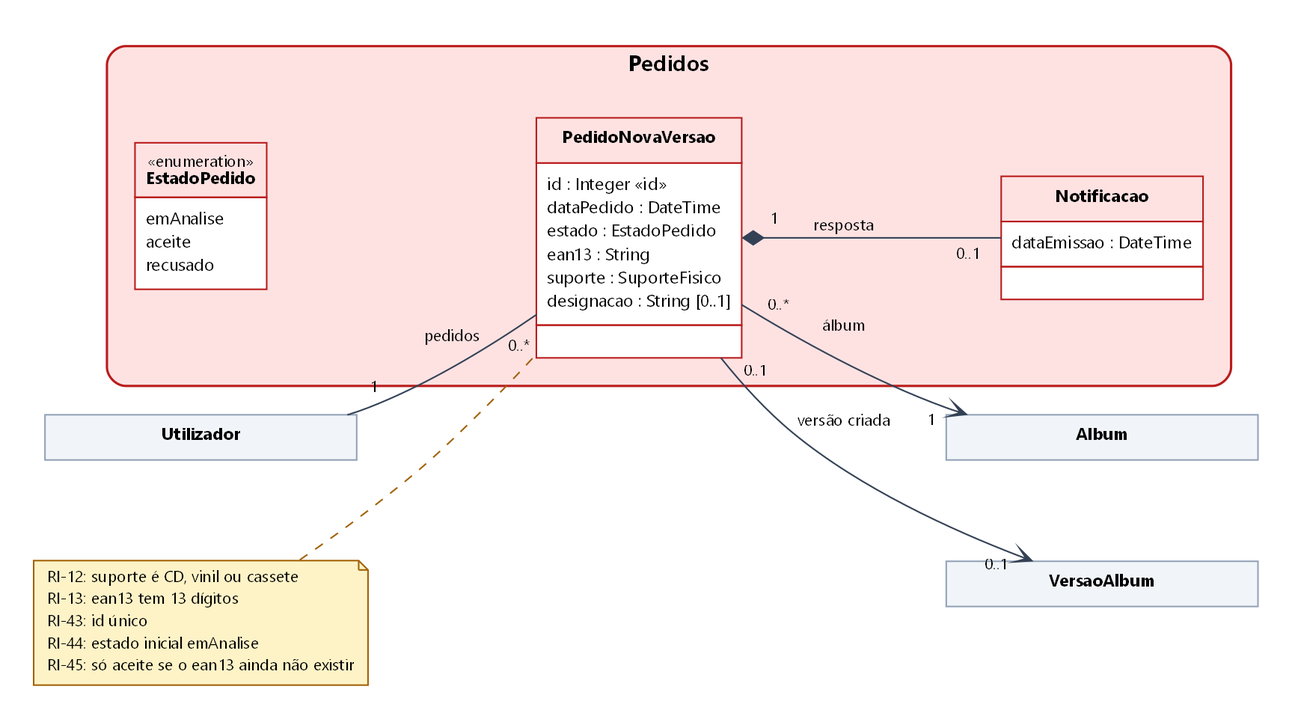
This is etapa1/classes/img/06-pedidos.png from malat0o/PGP, a Graphviz export, as it was before one commit. Its source is kept beside it as etapa1/classes/fonte/06-pedidos.dot.
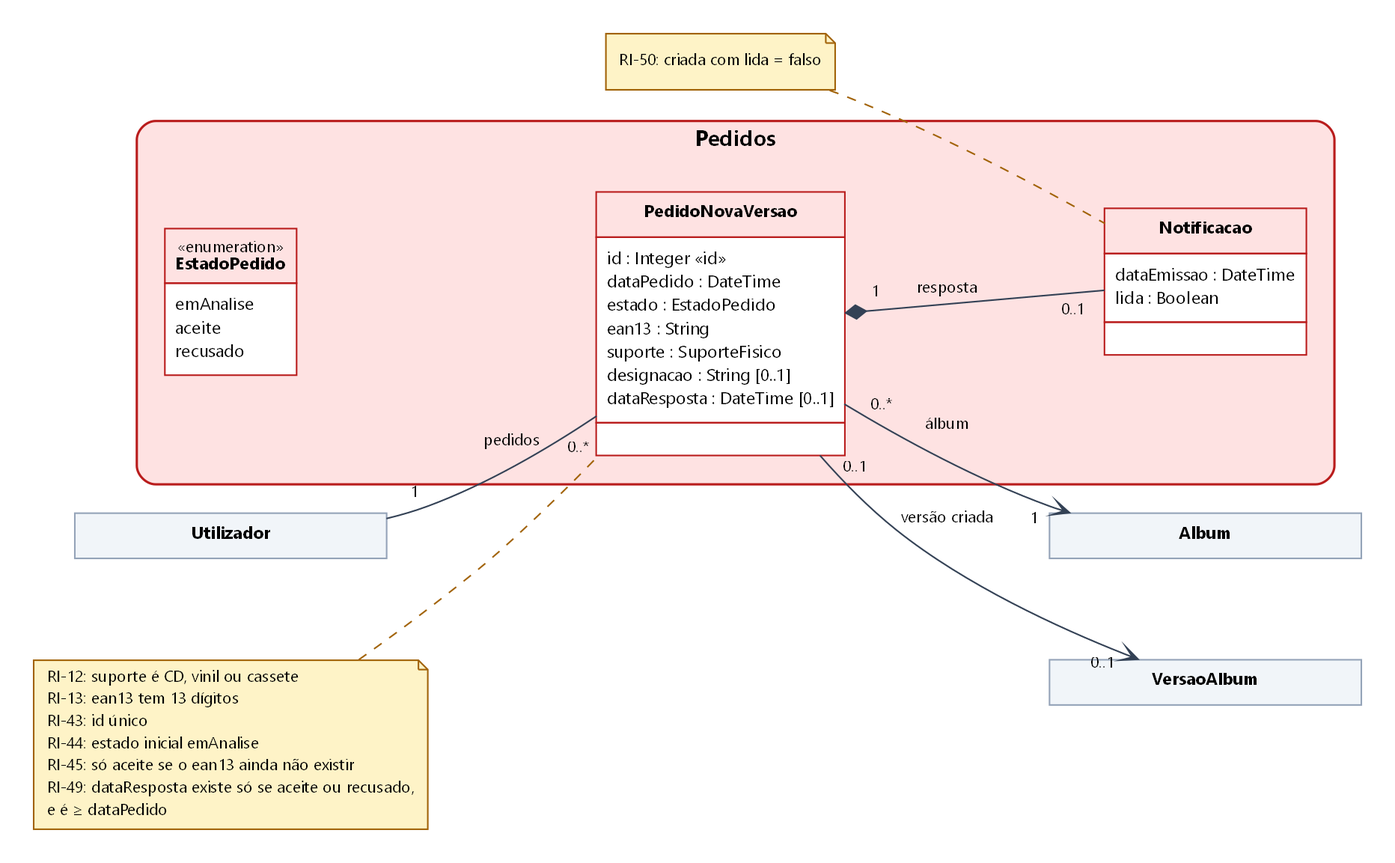
Later version of the same file.

The edit, as a diff of the source:
```diff
@@ -3,8 +3,8 @@
   node [shape=plain, fontname="Segoe UI", fontsize="11"];
   edge [fontname="Segoe UI"];
   subgraph "cluster_pedidos" { label=<<b>Pedidos</b>>; fontsize="14"; style="filled,rounded"; fillcolor="#fee2e2"; color="#b91c1c"; penwidth="1.5"; margin="18";
-    "PedidoNovaVersao" [label=<<table border="0" cellborder="1" cellspacing="0" color="#b91c1c" bgcolor="white"><tr><td bgcolor="#fee2e2" cellpadding="6"><b>PedidoNovaVersao</b></td></tr><tr><td align="left" balign="left" cellpadding="6">id : Integer «id»<br align="left"/>dataPedido : DateTime<br align="left"/>estado : EstadoPedido<br align="left"/>ean13 : String<br align="left"/>suporte : SuporteFisico<br align="left"/>designacao : String [0..1]<br align="left"/></td></tr><tr><td height="8"> </td></tr></table>>];
-    "Notificacao" [label=<<table border="0" cellborder="1" cellspacing="0" color="#b91c1c" bgcolor="white"><tr><td bgcolor="#fee2e2" cellpadding="6"><b>Notificacao</b></td></tr><tr><td align="left" balign="left" cellpadding="6">dataEmissao : DateTime<br align="left"/></td></tr><tr><td height="8"> </td></tr></table>>];
+    "PedidoNovaVersao" [label=<<table border="0" cellborder="1" cellspacing="0" color="#b91c1c" bgcolor="white"><tr><td bgcolor="#fee2e2" cellpadding="6"><b>PedidoNovaVersao</b></td></tr><tr><td align="left" balign="left" cellpadding="6">id : Integer «id»<br align="left"/>dataPedido : DateTime<br align="left"/>estado : EstadoPedido<br align="left"/>ean13 : String<br align="left"/>suporte : SuporteFisico<br align="left"/>designacao : String [0..1]<br align="left"/>dataResposta : DateTime [0..1]<br align="left"/></td></tr><tr><td height="8"> </td></tr></table>>];
+    "Notificacao" [label=<<table border="0" cellborder="1" cellspacing="0" color="#b91c1c" bgcolor="white"><tr><td bgcolor="#fee2e2" cellpadding="6"><b>Notificacao</b></td></tr><tr><td align="left" balign="left" cellpadding="6">dataEmissao : DateTime<br align="left"/>lida : Boolean<br align="left"/></td></tr><tr><td height="8"> </td></tr></table>>];
     "EstadoPedido" [label=<<table border="0" cellborder="1" cellspacing="0" color="#b91c1c" bgcolor="white"><tr><td bgcolor="#fee2e2" cellpadding="6"><font point-size="10">«enumeration»</font><br/><b>EstadoPedido</b></td></tr><tr><td align="left" balign="left" cellpadding="6">emAnalise<br align="left"/>aceite<br align="left"/>recusado<br align="left"/></td></tr></table>>];
   }
   "Utilizador" [label=<<table border="0" cellborder="1" cellspacing="0" color="#94a3b8" bgcolor="white"><tr><td bgcolor="#f1f5f9" cellpadding="6" width="200"><b>Utilizador</b></td></tr></table>>];
@@ -14,6 +14,8 @@
   "PedidoNovaVersao" -> "Album" [fontname="Segoe UI", fontsize="10", color="#334155", labelfontsize="10", labeldistance="2.4", labelangle="28", dir="forward", arrowhead="vee", taillabel="0..*", headlabel="1", label=" álbum "];
   "PedidoNovaVersao" -> "VersaoAlbum" [fontname="Segoe UI", fontsize="10", color="#334155", labelfontsize="10", labeldistance="2.4", labelangle="28", dir="forward", arrowhead="vee", taillabel="0..1", headlabel="0..1", label=" versão criada "];
   "PedidoNovaVersao" -> "Notificacao" [fontname="Segoe UI", fontsize="10", color="#334155", labelfontsize="10", labeldistance="2.4", labelangle="28", dir="both", arrowtail="diamond", arrowhead="none", arrowsize="1.1", taillabel="1", headlabel="0..1", label=" resposta "];
-  "nota_PedidoNovaVersao" [shape=note, style=filled, fillcolor="#fef3c7", color="#a16207", fontsize="10", margin="0.12,0.06", label=<RI-12: suporte é CD, vinil ou cassete<br align="left"/>RI-13: ean13 tem 13 dígitos<br align="left"/>RI-43: id único<br align="left"/>RI-44: estado inicial emAnalise<br align="left"/>RI-45: só aceite se o ean13 ainda não existir<br align="left"/>>];
+  "nota_PedidoNovaVersao" [shape=note, style=filled, fillcolor="#fef3c7", color="#a16207", fontsize="10", margin="0.12,0.06", label=<RI-12: suporte é CD, vinil ou cassete<br align="left"/>RI-13: ean13 tem 13 dígitos<br align="left"/>RI-43: id único<br align="left"/>RI-44: estado inicial emAnalise<br align="left"/>RI-45: só aceite se o ean13 ainda não existir<br align="left"/>RI-49: dataResposta existe só se aceite ou recusado,<br align="left"/>e é ≥ dataPedido<br align="left"/>>];
   "nota_PedidoNovaVersao" -> "PedidoNovaVersao" [style=dashed, arrowhead=none, color="#a16207"];
+  "nota_Notificacao" [shape=note, style=filled, fillcolor="#fef3c7", color="#a16207", fontsize="10", margin="0.12,0.06", label=<RI-50: criada com lida = falso<br align="left"/>>];
+  "nota_Notificacao" -> "Notificacao" [style=dashed, arrowhead=none, color="#a16207"];
 }
```
